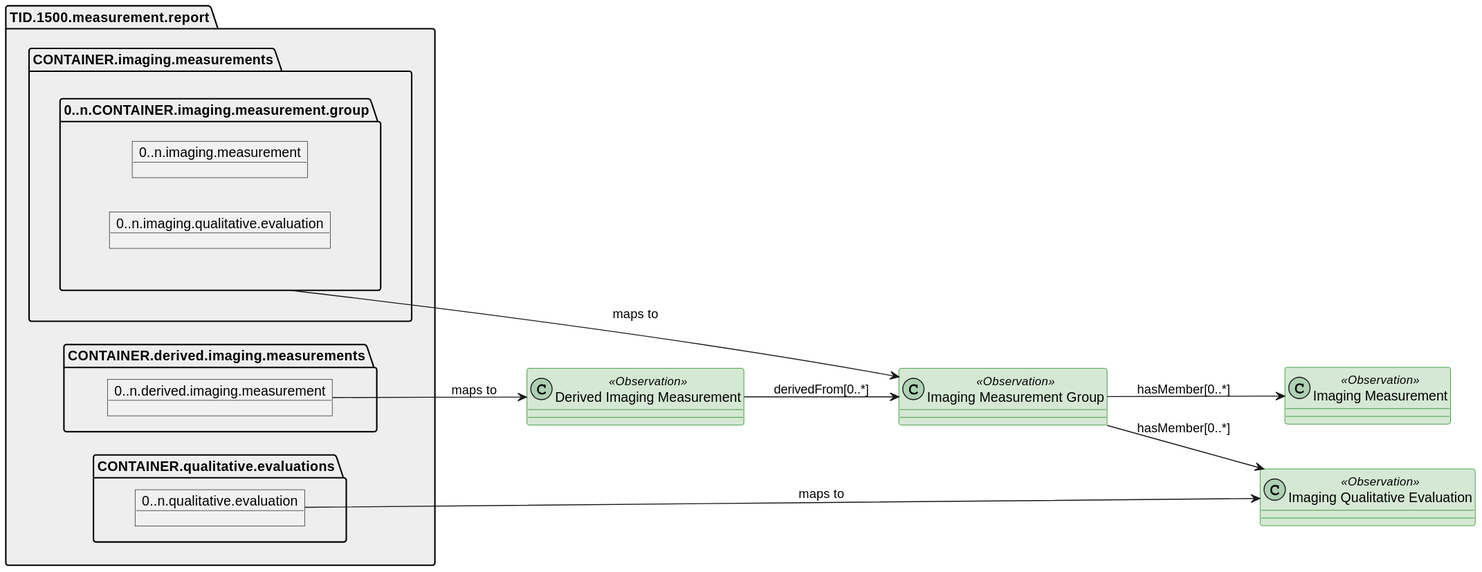
This is input/images/tid_1500_measurement_report.svg from HL7/dicom-sr, a PlantUML export, as it was before one commit.
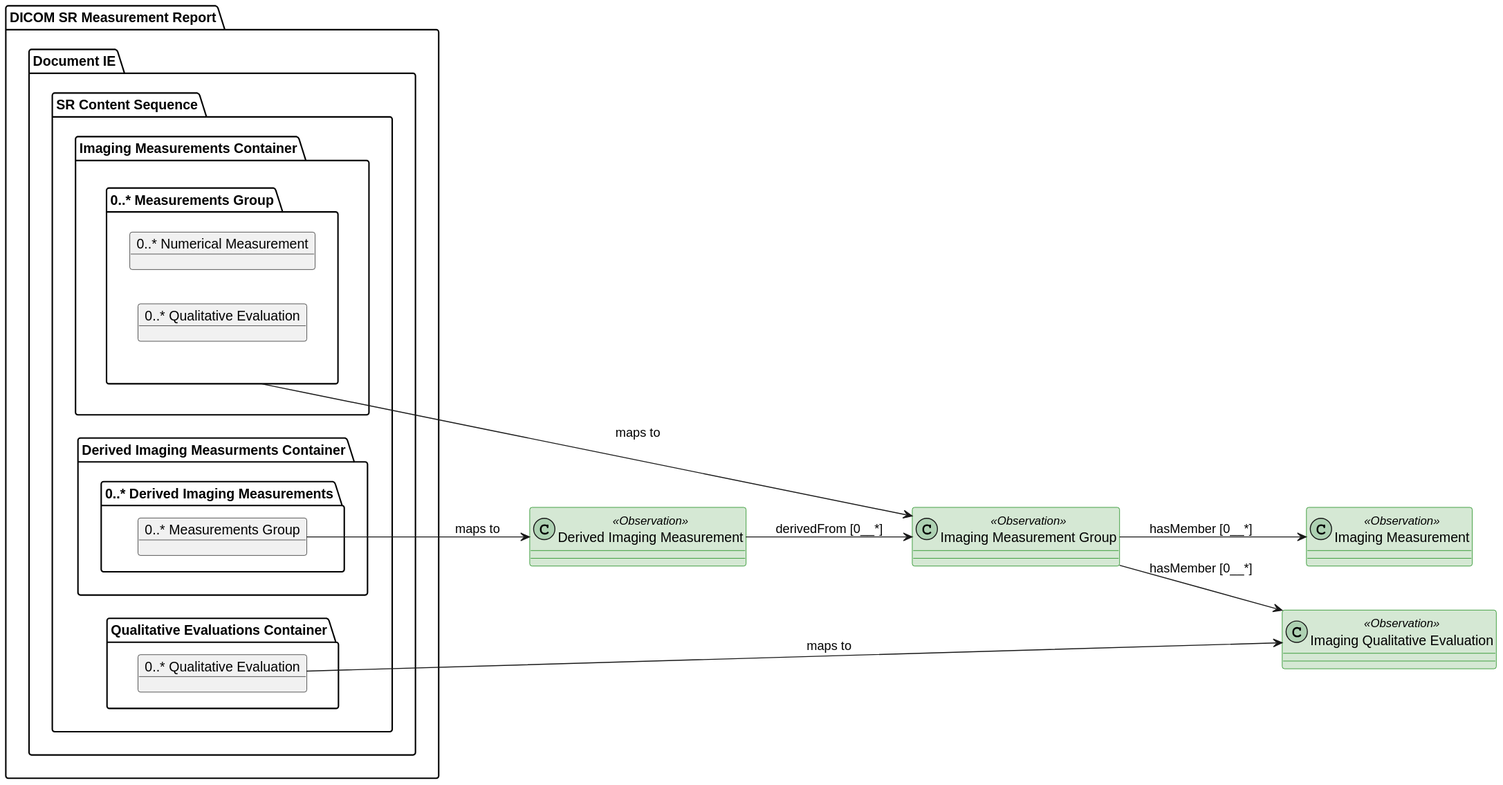
After the change.

Diff of the diagram source:
```diff
@@ -1,31 +1,39 @@
-@startuml tid_1500_measurement_report
+@startuml
+skinparam componentStyle rectangle
+allowmixing
 left to right direction
+
+package "DICOM SR Measurement Report" as measurementReport {
+    package "Document IE" as documentIE {
+        package "SR Content Sequence" as srContentSequence {
+            package "Imaging Measurements Container" as imagingMeasurementsContainer {
+                package "0..* Measurements Group" as measurementsGroup {
+                    object "0..* Numerical Measurement" as numericalMeasurement
+                    object "0..* Qualitative Evaluation" as measurementGroupQualitativeEvaluation
+                }
+            }
+            package "Derived Imaging Measurments Container" as derivedImagingMeasurementsContainer  {
+                package "0..* Derived Imaging Measurements" as derivedImagingMeasurements {
+                    object "0..* Measurements Group" as derivedMeasurementsGroup
+                }
+            }
+            package "Qualitative Evaluations Container" as imagingQualitativeEvaluationsContainer {
+                object "0..* Qualitative Evaluation" as qualitativeEvaluation
+            }
+        }
+    }
+}
 
 class "Imaging Measurement Group" as ImagingMeasurementGroup <<Observation>> #d5e8d4 ##green
 class "Imaging Measurement" as ImagingMeasurement <<Observation>> #d5e8d4 ##green
 class "Derived Imaging Measurement" as DerivedImagingMeasurement <<Observation>> #d5e8d4 ##green
 class "Imaging Qualitative Evaluation" as ImagingQualitativeEvaluation <<Observation>> #d5e8d4 ##green
 
-package TID.1500.measurement.report #EEEEEE {
-    package CONTAINER.imaging.measurements {
-        package 0..n.CONTAINER.imaging.measurement.group {
-            Object 0..n.imaging.measurement
-            Object 0..n.imaging.qualitative.evaluation
-        }
-    }
-    package CONTAINER.derived.imaging.measurements {
-        Object 0..n.derived.imaging.measurement
-    }
-    package CONTAINER.qualitative.evaluations {
-        Object 0..n.qualitative.evaluation
-    }
-}
+measurementsGroup -> ImagingMeasurementGroup : maps to
+derivedMeasurementsGroup --> DerivedImagingMeasurement : maps to
+qualitativeEvaluation --> ImagingQualitativeEvaluation : maps to
 
-"0..n.CONTAINER.imaging.measurement.group" -> ImagingMeasurementGroup : maps to
-"0..n.derived.imaging.measurement" --> DerivedImagingMeasurement : maps to
-"0..n.qualitative.evaluation" --> ImagingQualitativeEvaluation : maps to
-
-ImagingMeasurementGroup --> ImagingMeasurement : hasMember[0..*]
-ImagingMeasurementGroup --> ImagingQualitativeEvaluation : hasMember[0..*]
-DerivedImagingMeasurement --> ImagingMeasurementGroup : derivedFrom[0..*]
+ImagingMeasurementGroup --> ImagingMeasurement : hasMember [0__*]
+ImagingMeasurementGroup --> ImagingQualitativeEvaluation : hasMember [0__*]
+DerivedImagingMeasurement --> ImagingMeasurementGroup : derivedFrom [0__*]
 @enduml
```
